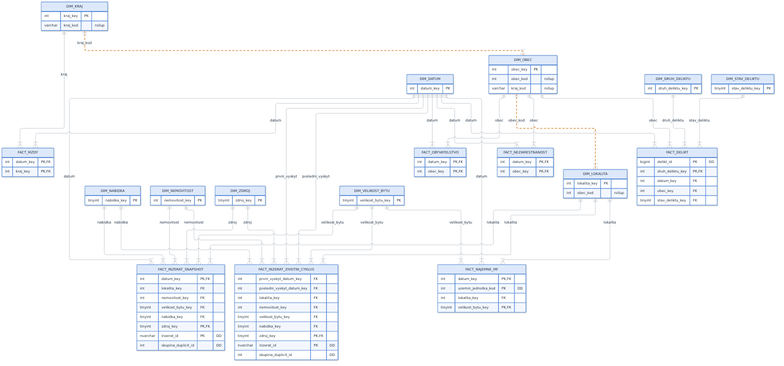
pjunak/BIDS-data-scraper keeps this Mermaid diagram as docs/dimenzionalni-model/diagram_prehled.png. Above is the earlier version. Its source is kept beside it as docs/dimenzionalni-model/diagram_prehled.mmd. Its diagram source:
```mermaid
erDiagram
    DIM_DATUM {
        int datum_key PK
    }
    DIM_LOKALITA {
        int lokalita_key PK
        int obec_kod "rollup"
    }
    DIM_OBEC {
        int obec_key PK
        int obec_kod "rollup"
        varchar kraj_kod "rollup"
    }
    DIM_KRAJ {
        int kraj_key PK
        varchar kraj_kod "rollup"
    }
    DIM_NEMOVITOST {
        int nemovitost_key PK
    }
    DIM_VELIKOST_BYTU {
        tinyint velikost_bytu_key PK
    }
    DIM_NABIDKA {
        tinyint nabidka_key PK
    }
    DIM_ZDROJ {
        tinyint zdroj_key PK
    }
    DIM_DRUH_DELIKTU {
        int druh_deliktu_key PK
    }
    DIM_STAV_DELIKTU {
        tinyint stav_deliktu_key PK
    }
    FACT_INZERAT_SNAPSHOT {
        int datum_key PK, FK
        int lokalita_key FK
        int nemovitost_key FK
        tinyint velikost_bytu_key FK
        tinyint nabidka_key FK
        tinyint zdroj_key PK, FK
        nvarchar inzerat_id PK "DD"
        int skupina_duplicit_id "DD"
    }
    FACT_INZERAT_ZIVOTNI_CYKLUS {
        int prvni_vyskyt_datum_key FK
        int posledni_vyskyt_datum_key FK
        int lokalita_key FK
        int nemovitost_key FK
        tinyint velikost_bytu_key FK
        tinyint nabidka_key FK
        tinyint zdroj_key PK, FK
        nvarchar inzerat_id PK "DD"
        int skupina_duplicit_id "DD"
    }
    FACT_NAJEMNE_MF {
        int datum_key PK, FK
        int uzemni_jednotka_kod PK "DD"
        int lokalita_key FK
        tinyint velikost_bytu_key PK, FK
    }
    FACT_OBYVATELSTVO {
        int datum_key PK, FK
        int obec_key PK, FK
    }
    FACT_NEZAMESTNANOST {
        int datum_key PK, FK
        int obec_key PK, FK
    }
    FACT_DELIKT {
        bigint delikt_id PK "DD"
        int druh_deliktu_key PK, FK
        int datum_key FK
        int obec_key FK
        tinyint stav_deliktu_key FK
    }
    FACT_MZDY {
        int datum_key PK, FK
        int kraj_key PK, FK
    }
    DIM_DATUM ||--|{ FACT_INZERAT_SNAPSHOT : "datum"
    DIM_LOKALITA ||--|{ FACT_INZERAT_SNAPSHOT : "lokalita"
    DIM_NEMOVITOST ||--|{ FACT_INZERAT_SNAPSHOT : "nemovitost"
    DIM_VELIKOST_BYTU ||--|{ FACT_INZERAT_SNAPSHOT : "velikost_bytu"
    DIM_NABIDKA ||--|{ FACT_INZERAT_SNAPSHOT : "nabidka"
    DIM_ZDROJ ||--|{ FACT_INZERAT_SNAPSHOT : "zdroj"
    DIM_DATUM ||--|{ FACT_INZERAT_ZIVOTNI_CYKLUS : "prvni_vyskyt"
    DIM_DATUM ||--|{ FACT_INZERAT_ZIVOTNI_CYKLUS : "posledni_vyskyt"
    DIM_LOKALITA ||--|{ FACT_INZERAT_ZIVOTNI_CYKLUS : "lokalita"
    DIM_NEMOVITOST ||--|{ FACT_INZERAT_ZIVOTNI_CYKLUS : "nemovitost"
    DIM_VELIKOST_BYTU ||--|{ FACT_INZERAT_ZIVOTNI_CYKLUS : "velikost_bytu"
    DIM_NABIDKA ||--|{ FACT_INZERAT_ZIVOTNI_CYKLUS : "nabidka"
    DIM_ZDROJ ||--|{ FACT_INZERAT_ZIVOTNI_CYKLUS : "zdroj"
    DIM_DATUM ||--|{ FACT_NAJEMNE_MF : "datum"
    DIM_LOKALITA ||--|{ FACT_NAJEMNE_MF : "lokalita"
    DIM_VELIKOST_BYTU ||--|{ FACT_NAJEMNE_MF : "velikost_bytu"
    DIM_DATUM ||--|{ FACT_OBYVATELSTVO : "datum"
    DIM_OBEC ||--|{ FACT_OBYVATELSTVO : "obec"
    DIM_DATUM ||--|{ FACT_NEZAMESTNANOST : "datum"
    DIM_OBEC ||--|{ FACT_NEZAMESTNANOST : "obec"
    DIM_DRUH_DELIKTU ||--|{ FACT_DELIKT : "druh_deliktu"
    DIM_DATUM ||--|{ FACT_DELIKT : "datum"
    DIM_OBEC ||--|{ FACT_DELIKT : "obec"
    DIM_STAV_DELIKTU ||--|{ FACT_DELIKT : "stav_deliktu"
    DIM_DATUM ||--|{ FACT_MZDY : "datum"
    DIM_KRAJ ||--|{ FACT_MZDY : "kraj"
    DIM_OBEC ||..|{ DIM_LOKALITA : "obec_kod"
    DIM_KRAJ ||..|{ DIM_OBEC : "kraj_kod"
```
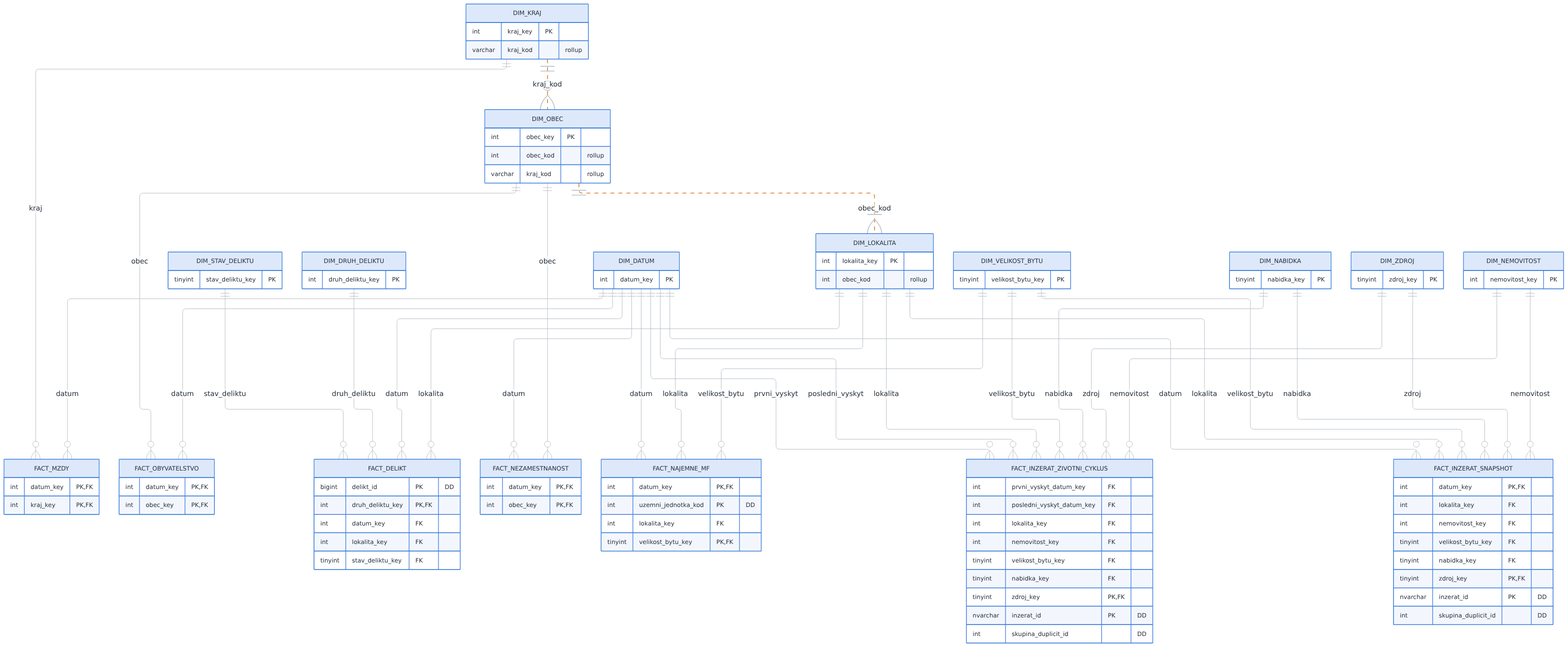
The same file after the commit.

Diff of the diagram source:
```diff
@@ -72,38 +72,38 @@
         bigint delikt_id PK "DD"
         int druh_deliktu_key PK, FK
         int datum_key FK
-        int obec_key FK
+        int lokalita_key FK
         tinyint stav_deliktu_key FK
     }
     FACT_MZDY {
         int datum_key PK, FK
         int kraj_key PK, FK
     }
-    DIM_DATUM ||--|{ FACT_INZERAT_SNAPSHOT : "datum"
-    DIM_LOKALITA ||--|{ FACT_INZERAT_SNAPSHOT : "lokalita"
-    DIM_NEMOVITOST ||--|{ FACT_INZERAT_SNAPSHOT : "nemovitost"
-    DIM_VELIKOST_BYTU ||--|{ FACT_INZERAT_SNAPSHOT : "velikost_bytu"
-    DIM_NABIDKA ||--|{ FACT_INZERAT_SNAPSHOT : "nabidka"
-    DIM_ZDROJ ||--|{ FACT_INZERAT_SNAPSHOT : "zdroj"
-    DIM_DATUM ||--|{ FACT_INZERAT_ZIVOTNI_CYKLUS : "prvni_vyskyt"
-    DIM_DATUM ||--|{ FACT_INZERAT_ZIVOTNI_CYKLUS : "posledni_vyskyt"
-    DIM_LOKALITA ||--|{ FACT_INZERAT_ZIVOTNI_CYKLUS : "lokalita"
-    DIM_NEMOVITOST ||--|{ FACT_INZERAT_ZIVOTNI_CYKLUS : "nemovitost"
-    DIM_VELIKOST_BYTU ||--|{ FACT_INZERAT_ZIVOTNI_CYKLUS : "velikost_bytu"
-    DIM_NABIDKA ||--|{ FACT_INZERAT_ZIVOTNI_CYKLUS : "nabidka"
-    DIM_ZDROJ ||--|{ FACT_INZERAT_ZIVOTNI_CYKLUS : "zdroj"
-    DIM_DATUM ||--|{ FACT_NAJEMNE_MF : "datum"
-    DIM_LOKALITA ||--|{ FACT_NAJEMNE_MF : "lokalita"
-    DIM_VELIKOST_BYTU ||--|{ FACT_NAJEMNE_MF : "velikost_bytu"
-    DIM_DATUM ||--|{ FACT_OBYVATELSTVO : "datum"
-    DIM_OBEC ||--|{ FACT_OBYVATELSTVO : "obec"
-    DIM_DATUM ||--|{ FACT_NEZAMESTNANOST : "datum"
-    DIM_OBEC ||--|{ FACT_NEZAMESTNANOST : "obec"
-    DIM_DRUH_DELIKTU ||--|{ FACT_DELIKT : "druh_deliktu"
-    DIM_DATUM ||--|{ FACT_DELIKT : "datum"
-    DIM_OBEC ||--|{ FACT_DELIKT : "obec"
-    DIM_STAV_DELIKTU ||--|{ FACT_DELIKT : "stav_deliktu"
-    DIM_DATUM ||--|{ FACT_MZDY : "datum"
-    DIM_KRAJ ||--|{ FACT_MZDY : "kraj"
+    DIM_DATUM ||--o{ FACT_INZERAT_SNAPSHOT : "datum"
+    DIM_LOKALITA ||--o{ FACT_INZERAT_SNAPSHOT : "lokalita"
+    DIM_NEMOVITOST ||--o{ FACT_INZERAT_SNAPSHOT : "nemovitost"
+    DIM_VELIKOST_BYTU ||--o{ FACT_INZERAT_SNAPSHOT : "velikost_bytu"
+    DIM_NABIDKA ||--o{ FACT_INZERAT_SNAPSHOT : "nabidka"
+    DIM_ZDROJ ||--o{ FACT_INZERAT_SNAPSHOT : "zdroj"
+    DIM_DATUM ||--o{ FACT_INZERAT_ZIVOTNI_CYKLUS : "prvni_vyskyt"
+    DIM_DATUM ||--o{ FACT_INZERAT_ZIVOTNI_CYKLUS : "posledni_vyskyt"
+    DIM_LOKALITA ||--o{ FACT_INZERAT_ZIVOTNI_CYKLUS : "lokalita"
+    DIM_NEMOVITOST ||--o{ FACT_INZERAT_ZIVOTNI_CYKLUS : "nemovitost"
+    DIM_VELIKOST_BYTU ||--o{ FACT_INZERAT_ZIVOTNI_CYKLUS : "velikost_bytu"
+    DIM_NABIDKA ||--o{ FACT_INZERAT_ZIVOTNI_CYKLUS : "nabidka"
+    DIM_ZDROJ ||--o{ FACT_INZERAT_ZIVOTNI_CYKLUS : "zdroj"
+    DIM_DATUM ||--o{ FACT_NAJEMNE_MF : "datum"
+    DIM_LOKALITA ||--o{ FACT_NAJEMNE_MF : "lokalita"
+    DIM_VELIKOST_BYTU ||--o{ FACT_NAJEMNE_MF : "velikost_bytu"
+    DIM_DATUM ||--o{ FACT_OBYVATELSTVO : "datum"
+    DIM_OBEC ||--o{ FACT_OBYVATELSTVO : "obec"
+    DIM_DATUM ||--o{ FACT_NEZAMESTNANOST : "datum"
+    DIM_OBEC ||--o{ FACT_NEZAMESTNANOST : "obec"
+    DIM_DRUH_DELIKTU ||--o{ FACT_DELIKT : "druh_deliktu"
+    DIM_DATUM ||--o{ FACT_DELIKT : "datum"
+    DIM_LOKALITA ||--o{ FACT_DELIKT : "lokalita"
+    DIM_STAV_DELIKTU ||--o{ FACT_DELIKT : "stav_deliktu"
+    DIM_DATUM ||--o{ FACT_MZDY : "datum"
+    DIM_KRAJ ||--o{ FACT_MZDY : "kraj"
     DIM_OBEC ||..|{ DIM_LOKALITA : "obec_kod"
-    DIM_KRAJ ||..|{ DIM_OBEC : "kraj_kod"
+    DIM_KRAJ ||..o{ DIM_OBEC : "kraj_kod"
```
